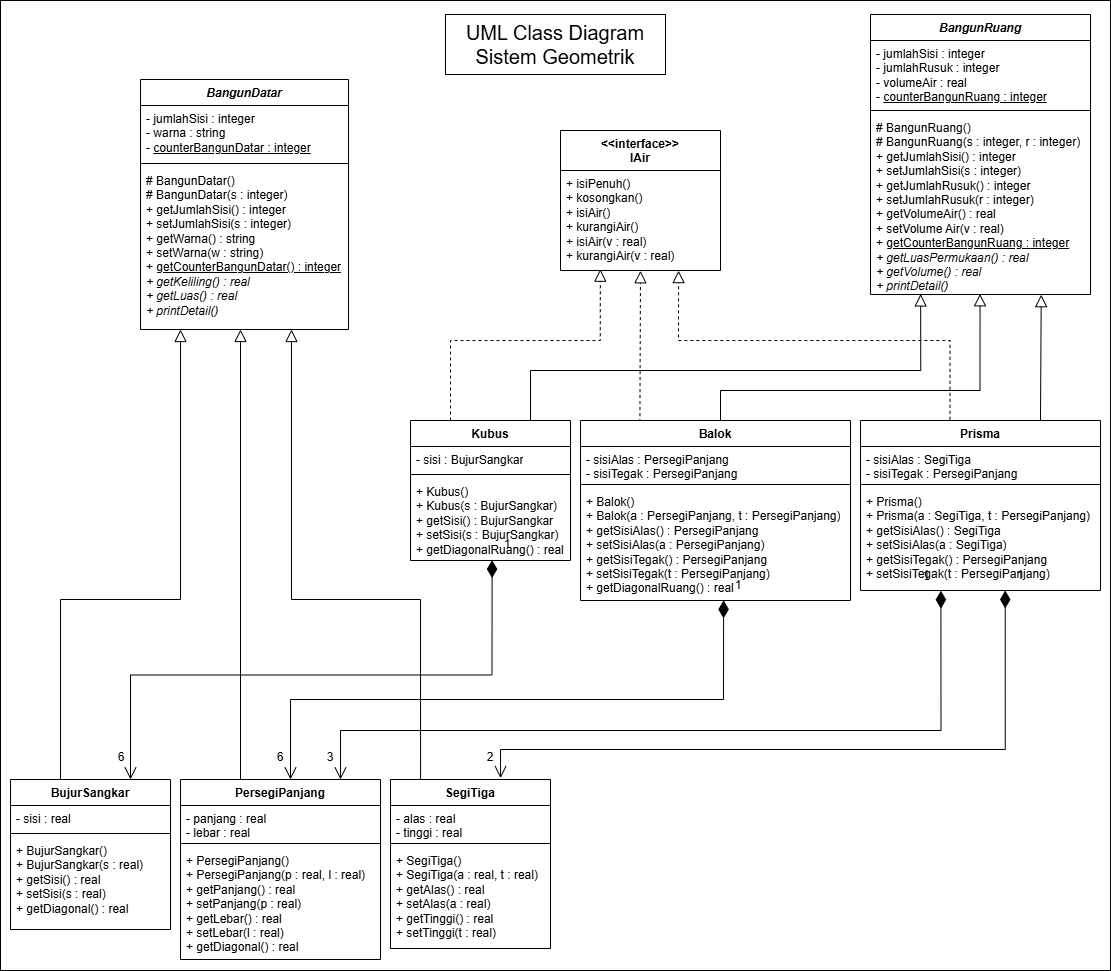
Earlier version of the draw.io export img/PBO-class-diagram.png (ruthhhs/PBO-tugas-kelompok). Source tidied: cells renumbered, new cells last; positions are measured from the earlier drawing's top-left corner, leaving out a move shared by most shapes.
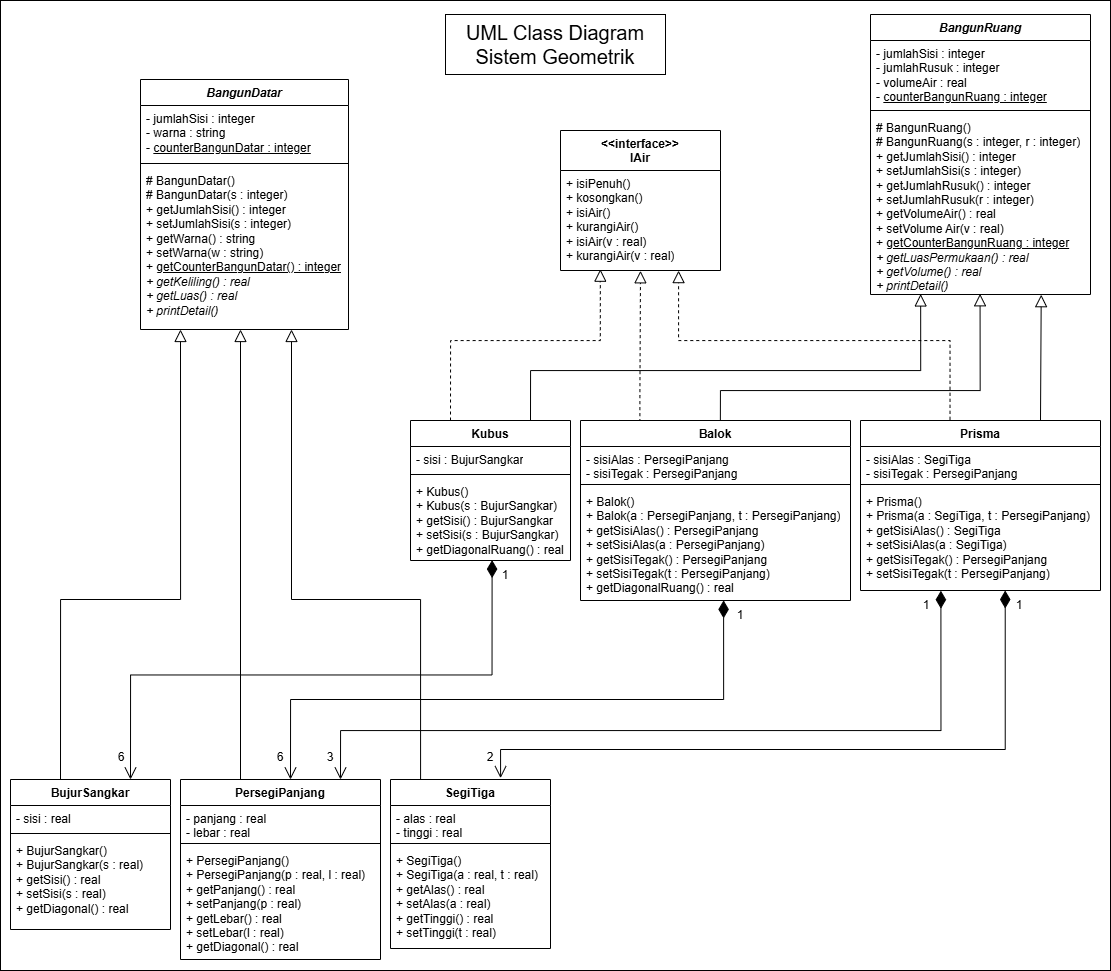
After the commit.

Commit message:
perbaikan class diagram

The edit, as a diff of the source:
```diff
@@ -147,10 +147,9 @@
         </Array>
       </mxGeometry>
     </mxCell>
-    <mxCell id="41" style="rounded=0;jettySize=auto;html=1;endArrow=block;endFill=0;endSize=10;edgeStyle=orthogonalEdgeStyle;exitX=0.75;exitY=0;exitDx=0;exitDy=0;entryX=0.498;entryY=0.996;entryDx=0;entryDy=0;entryPerimeter=0;" parent="1" edge="1" source="28" target="10">
+    <mxCell id="41" style="rounded=0;jettySize=auto;html=1;endArrow=block;endFill=0;endSize=10;edgeStyle=orthogonalEdgeStyle;exitX=0.518;exitY=0.002;exitDx=0;exitDy=0;entryX=0.498;entryY=0.996;entryDx=0;entryDy=0;entryPerimeter=0;exitPerimeter=0;" parent="1" edge="1" source="28" target="10">
       <mxGeometry relative="1" as="geometry">
         <Array as="points">
-          <mxPoint x="720" y="420" />
           <mxPoint x="720" y="390" />
           <mxPoint x="980" y="390" />
         </Array>
@@ -215,16 +214,16 @@
       <mxGeometry x="445" y="14" width="220" height="60" as="geometry" />
     </mxCell>
     <mxCell id="51" value="1" style="text;html=1;whiteSpace=wrap;strokeColor=none;fillColor=none;align=center;verticalAlign=middle;rounded=0;" parent="1" vertex="1">
-      <mxGeometry x="477" y="529" width="60" height="30" as="geometry" />
+      <mxGeometry x="475" y="560" width="60" height="30" as="geometry" />
     </mxCell>
     <mxCell id="52" value="1" style="text;html=1;whiteSpace=wrap;strokeColor=none;fillColor=none;align=center;verticalAlign=middle;rounded=0;" parent="1" vertex="1">
-      <mxGeometry x="708" y="570" width="60" height="30" as="geometry" />
+      <mxGeometry x="710" y="600" width="60" height="30" as="geometry" />
     </mxCell>
     <mxCell id="53" value="1" style="text;html=1;whiteSpace=wrap;strokeColor=none;fillColor=none;align=center;verticalAlign=middle;rounded=0;" parent="1" vertex="1">
-      <mxGeometry x="896" y="560" width="60" height="30" as="geometry" />
+      <mxGeometry x="896" y="590" width="60" height="30" as="geometry" />
     </mxCell>
     <mxCell id="54" value="1" style="text;html=1;whiteSpace=wrap;strokeColor=none;fillColor=none;align=center;verticalAlign=middle;rounded=0;" parent="1" vertex="1">
-      <mxGeometry x="990" y="560" width="60" height="30" as="geometry" />
+      <mxGeometry x="989" y="590" width="60" height="30" as="geometry" />
     </mxCell>
     <mxCell id="55" value="6" style="text;html=1;whiteSpace=wrap;strokeColor=none;fillColor=none;align=center;verticalAlign=middle;rounded=0;" parent="1" vertex="1">
       <mxGeometry x="91" y="742" width="60" height="30" as="geometry" />
```
